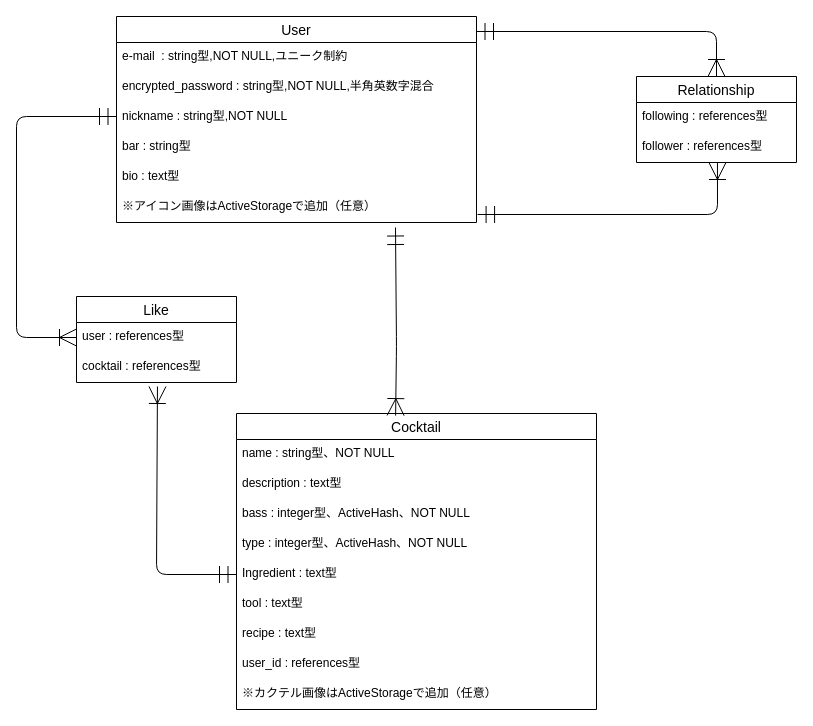
Earlier version of the draw.io diagram house_bar.dio (TechMishima/house_bar). Source tidied: cells renumbered, new cells numbered last; positions are measured from the earlier drawing's top-left corner, leaving out a move shared by most shapes. Both pictures are drawn from the tidied source at 100%, with x=0, y=0 at pixel (16, 16).
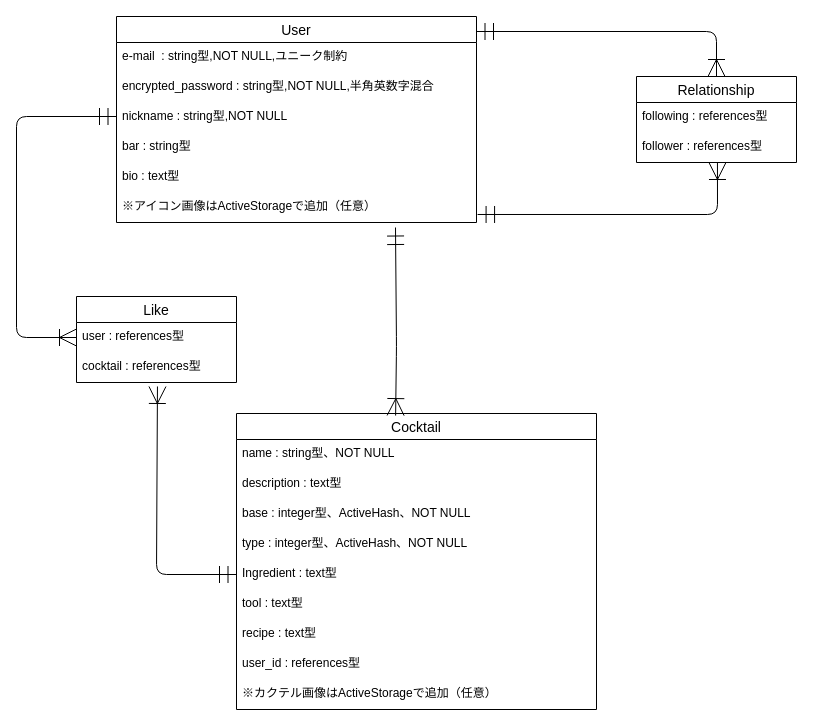
The same diagram, later.

Commit message (it also covers changes not shown here):
READ ME記述

Unchanged cells that the change refers to:
```xml
<mxCell id="10" value="Cocktail" style="swimlane;fontStyle=0;horizontal=1;startSize=26;align=center;fontSize=14;" parent="1" vertex="1">
  <mxGeometry x="220" y="397" width="360" height="296" as="geometry" />
</mxCell>
```

Change to the diagram source:
```diff
@@
-    <mxCell id="13" value="bass : integer型、ActiveHash、NOT NULL" style="text;strokeColor=none;fillColor=none;spacingLeft=4;spacingRight=4;overflow=hidden;fontSize=12;" parent="10" vertex="1">
+    <mxCell id="13" value="base : integer型、ActiveHash、NOT NULL" style="text;strokeColor=none;fillColor=none;spacingLeft=4;spacingRight=4;overflow=hidden;fontSize=12;" parent="10" vertex="1">
       <mxGeometry y="86" width="360" height="30" as="geometry" />
     </mxCell>
```
